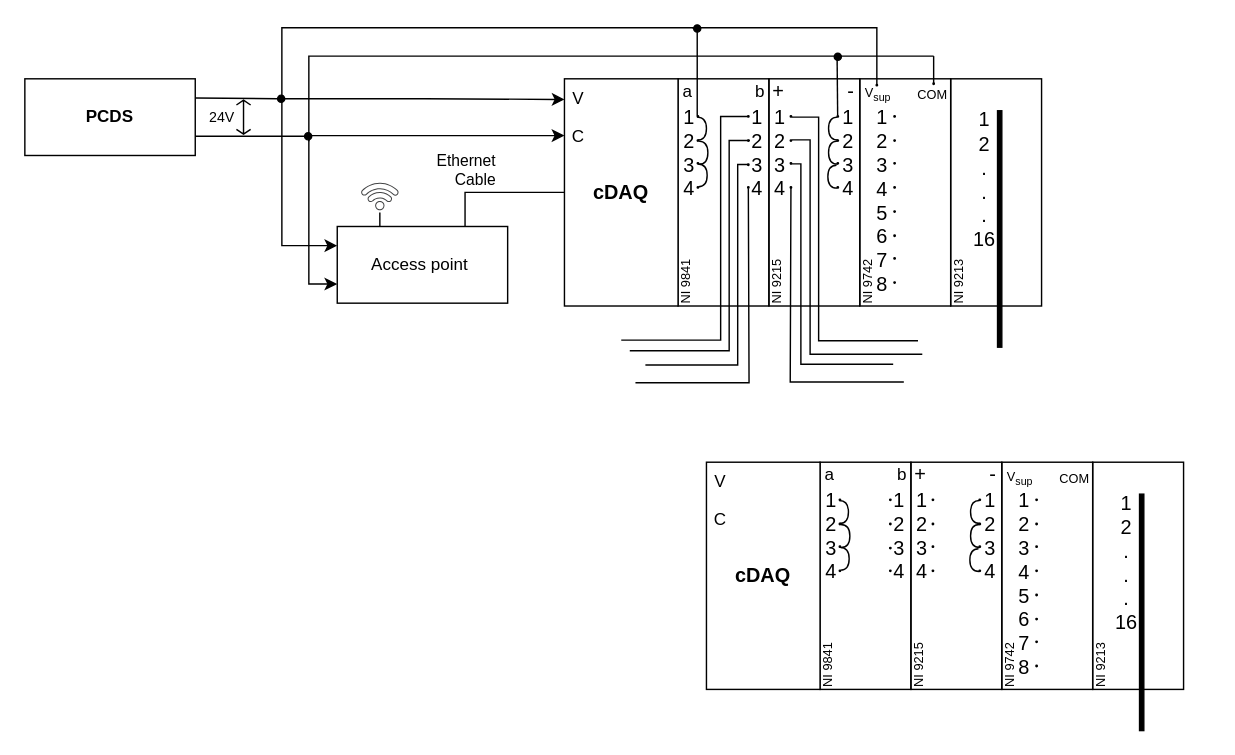
This is Ele_Layout.drawio from AnuragMTP/Figures-thesis, a draw.io file, before an edit. Source tidied: cells renumbered, new cells numbered last; positions are measured from the earlier drawing's top-left corner, leaving out a move shared by most shapes. Both pictures are drawn from the tidied source at 142%, with x=0, y=0 at pixel (24, 24).
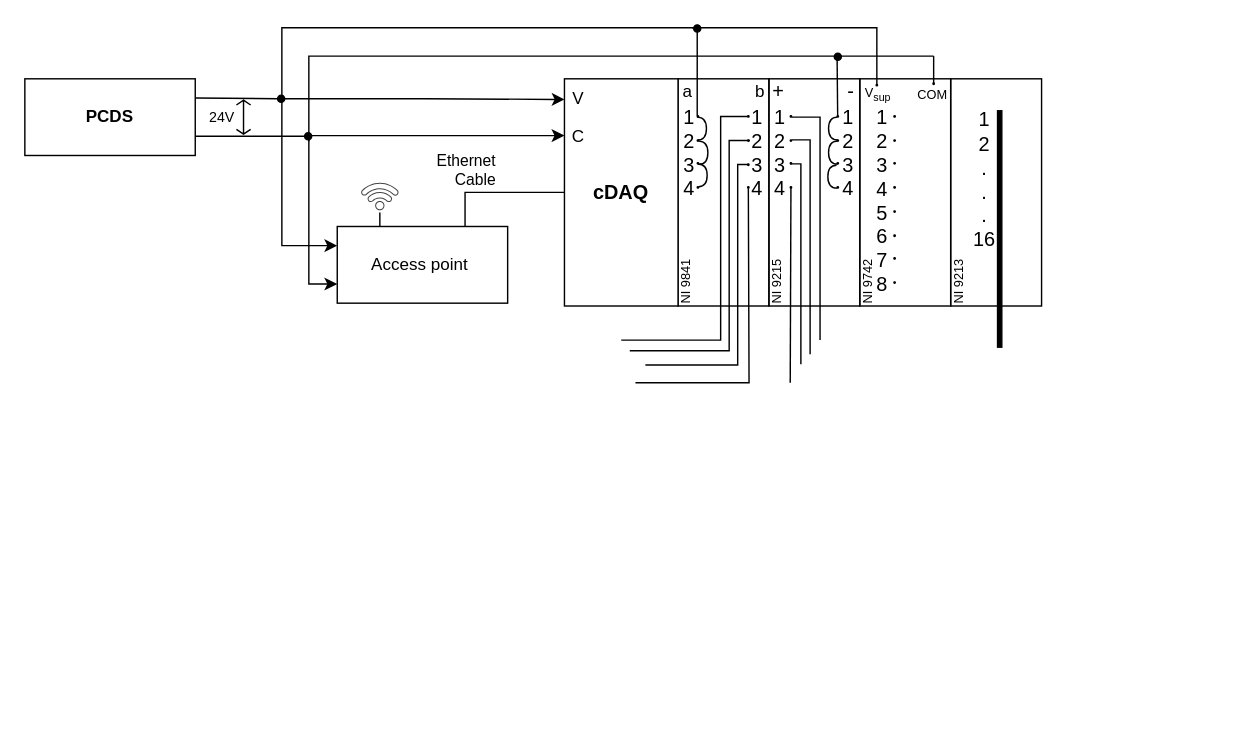
The same diagram, later.

The change refers to these unchanged cells:
```xml
<mxCell id="35" style="group;" parent="34" vertex="1">
  <mxGeometry y="5" width="99" height="180" as="geometry" />
</mxCell>
```

Change to the diagram source:
```diff
@@
-    <mxCell id="51" style="edgeStyle=elbowEdgeStyle;rounded=0;orthogonalLoop=1;jettySize=auto;html=1;fontSize=14;fontColor=none;endArrow=none;endFill=0;" parent="35" edge="1">
+    <mxCell id="51" style="edgeStyle=orthogonalEdgeStyle;rounded=0;orthogonalLoop=1;jettySize=auto;html=1;fontSize=14;fontColor=none;endArrow=none;endFill=0;" parent="35" edge="1">
       <mxGeometry relative="1" as="geometry">
         <mxPoint x="32" y="28" as="sourcePoint" />
-        <mxPoint x="121" y="185.5" as="targetPoint" />
+        <mxPoint x="52" y="185" as="targetPoint" />
         <Array as="points">
-          <mxPoint x="51" y="175.5" />
-          <mxPoint x="51" y="105.5" />
+          <mxPoint x="52" y="28" />
+          <mxPoint x="52" y="186" />
         </Array>
       </mxGeometry>
     </mxCell>
     <mxCell id="52" style="edgeStyle=elbowEdgeStyle;rounded=0;orthogonalLoop=1;jettySize=auto;html=1;fontSize=14;fontColor=none;endArrow=none;endFill=0;exitX=0.032;exitY=0.78;exitDx=0;exitDy=0;exitPerimeter=0;" parent="35" edge="1">
       <mxGeometry relative="1" as="geometry">
         <mxPoint x="31" y="60.9" as="sourcePoint" />
-        <mxPoint x="103.5" y="202" as="targetPoint" />
+        <mxPoint x="39" y="202" as="targetPoint" />
         <Array as="points">
           <mxPoint x="38.5" y="134.5" />
         </Array>
       </mxGeometry>
     </mxCell>
     <mxCell id="53" style="edgeStyle=elbowEdgeStyle;rounded=0;orthogonalLoop=1;jettySize=auto;html=1;fontSize=14;fontColor=none;endArrow=none;endFill=0;exitX=0.5;exitY=1;exitDx=0;exitDy=0;" parent="35" edge="1">
       <mxGeometry relative="1" as="geometry">
         <mxPoint x="31.5" y="77.5" as="sourcePoint" />
-        <mxPoint x="111" y="214.5" as="targetPoint" />
+        <mxPoint x="31" y="215" as="targetPoint" />
         <Array as="points">
           <mxPoint x="31" y="144.5" />
         </Array>
       </mxGeometry>
     </mxCell>
@@
-    <mxCell id="101" style="group;" parent="1" vertex="1">
-      <mxGeometry x="460" y="302" width="375" height="195" as="geometry" />
-    </mxCell>
-    <mxCell id="102" style="group;" parent="101" vertex="1">
-      <mxGeometry width="375" height="195" as="geometry" />
-    </mxCell>
-    <mxCell id="103" style="group;" parent="102" vertex="1">
-      <mxGeometry x="84" width="291" height="195" as="geometry" />
-    </mxCell>
-    <mxCell id="104" style="group;" parent="103" vertex="1">
-      <mxGeometry width="99" height="166" as="geometry" />
-    </mxCell>
-    <mxCell id="105" style="group;" parent="104" vertex="1">
-      <mxGeometry width="99" height="166" as="geometry" />
-    </mxCell>
-    <mxCell id="106" style="group;" parent="105" vertex="1">
-      <mxGeometry y="5" width="99" height="161" as="geometry" />
-    </mxCell>
-    <mxCell id="107" style="rounded=0;whiteSpace=wrap;html=1;labelPosition=center;verticalLabelPosition=middle;align=center;verticalAlign=middle;fillColor=none;" parent="106" vertex="1">
-      <mxGeometry x="16" y="1" width="64" height="160" as="geometry" />
-    </mxCell>
-    <mxCell id="108" style="group;" parent="106" vertex="1">
-      <mxGeometry x="-1" y="-5" width="98" height="75" as="geometry" />
-    </mxCell>
-    <mxCell id="109" value="&lt;font style=&quot;&quot;&gt;&lt;span style=&quot;font-size: 14px;&quot;&gt;1&lt;/span&gt;&lt;br&gt;&lt;span style=&quot;font-size: 14px;&quot;&gt;2&lt;/span&gt;&lt;br&gt;&lt;span style=&quot;font-size: 14px;&quot;&gt;3&lt;/span&gt;&lt;br&gt;&lt;div style=&quot;text-align: left;&quot;&gt;&lt;span style=&quot;font-size: 14px;&quot;&gt;4&lt;/span&gt;&lt;/div&gt;&lt;/font&gt;" style="text;html=1;strokeColor=none;fillColor=none;align=center;verticalAlign=middle;whiteSpace=wrap;rounded=0;" parent="108" vertex="1">
-      <mxGeometry x="1" y="43" width="48" height="30" as="geometry" />
-    </mxCell>
-    <mxCell id="110" value="a" style="text;html=1;strokeColor=none;fillColor=none;align=center;verticalAlign=middle;whiteSpace=wrap;rounded=0;" parent="108" vertex="1">
-      <mxGeometry width="48" height="30" as="geometry" />
-    </mxCell>
-    <mxCell id="111" value="&lt;font style=&quot;font-size: 14px;&quot;&gt;1&lt;br&gt;2&lt;br&gt;3&lt;br&gt;4&lt;/font&gt;" style="text;html=1;strokeColor=none;fillColor=none;align=center;verticalAlign=middle;whiteSpace=wrap;rounded=0;" parent="108" vertex="1">
-      <mxGeometry x="49" y="43" width="48" height="30" as="geometry" />
-    </mxCell>
-    <mxCell id="112" style="edgeStyle=elbowEdgeStyle;rounded=0;orthogonalLoop=1;jettySize=auto;html=1;exitX=0.75;exitY=0;exitDx=0;exitDy=0;fontSize=14;fontColor=none;endArrow=none;endFill=0;" parent="108" edge="1" source="109" target="109">
-      <mxGeometry relative="1" as="geometry" />
-    </mxCell>
-    <mxCell id="113" style="group;" parent="108" vertex="1">
-      <mxGeometry x="30.5" y="32" width="1" height="51" as="geometry" />
-    </mxCell>
-    <mxCell id="114" style="group;" parent="113" vertex="1">
-      <mxGeometry width="1" height="18" as="geometry" />
-    </mxCell>
-    <mxCell id="115" style="ellipse;whiteSpace=wrap;html=1;fillColor=#000000;" parent="114" vertex="1">
-      <mxGeometry width="1" height="1" as="geometry" />
-    </mxCell>
-    <mxCell id="116" style="ellipse;whiteSpace=wrap;html=1;fillColor=#000000;" parent="114" vertex="1">
-      <mxGeometry y="17" width="1" height="1" as="geometry" />
-    </mxCell>
-    <mxCell id="117" style="edgeStyle=orthogonalEdgeStyle;curved=1;rounded=0;jettySize=auto;html=1;exitX=1;exitY=0;exitDx=0;exitDy=0;entryX=0.5;entryY=1;entryDx=0;entryDy=0;fontSize=14;fontColor=none;endArrow=none;endFill=0;" parent="113" edge="1" source="118" target="119">
-      <mxGeometry relative="1" as="geometry">
-        <Array as="points">
-          <mxPoint x="7" y="50" />
-          <mxPoint x="7" y="34" />
-        </Array>
-      </mxGeometry>
-    </mxCell>
-    <mxCell id="118" style="ellipse;whiteSpace=wrap;html=1;fillColor=#000000;" parent="113" vertex="1">
-      <mxGeometry y="50" width="1" height="1" as="geometry" />
-    </mxCell>
-    <mxCell id="119" style="ellipse;whiteSpace=wrap;html=1;fillColor=#000000;" parent="113" vertex="1">
-      <mxGeometry y="33" width="1" height="1" as="geometry" />
-    </mxCell>
-    <mxCell id="120" style="edgeStyle=orthogonalEdgeStyle;curved=1;rounded=0;orthogonalLoop=1;jettySize=auto;html=1;exitX=1;exitY=0;exitDx=0;exitDy=0;entryX=0.5;entryY=1;entryDx=0;entryDy=0;fontSize=14;fontColor=none;endArrow=none;endFill=0;" parent="108" edge="1">
-      <mxGeometry relative="1" as="geometry">
-        <mxPoint x="31.9" y="66.1" as="sourcePoint" />
-        <mxPoint x="31.5" y="49.9" as="targetPoint" />
-        <Array as="points">
-          <mxPoint x="38" y="65.9" />
-          <mxPoint x="38" y="49.9" />
-        </Array>
-      </mxGeometry>
-    </mxCell>
-    <mxCell id="121" style="edgeStyle=orthogonalEdgeStyle;curved=1;rounded=0;orthogonalLoop=1;jettySize=auto;html=1;exitX=1;exitY=0;exitDx=0;exitDy=0;entryX=0.5;entryY=1;entryDx=0;entryDy=0;fontSize=14;fontColor=none;endArrow=none;endFill=0;" parent="108" edge="1">
-      <mxGeometry relative="1" as="geometry">
-        <mxPoint x="30.9" y="49.1" as="sourcePoint" />
-        <mxPoint x="30.5" y="33" as="targetPoint" />
-        <Array as="points">
-          <mxPoint x="37" y="49" />
-          <mxPoint x="37" y="33" />
-        </Array>
-      </mxGeometry>
-    </mxCell>
-    <mxCell id="122" value="&lt;font style=&quot;font-size: 9px;&quot;&gt;NI 9841&lt;/font&gt;" style="text;html=1;strokeColor=none;fillColor=none;align=center;verticalAlign=top;whiteSpace=wrap;rounded=0;fontSize=12;fontColor=none;rotation=270;flipV=1;flipH=1;direction=west;horizontal=1;textDirection=ltr;" parent="106" vertex="1">
-      <mxGeometry x="-8" y="129" width="60" height="30" as="geometry" />
-    </mxCell>
-    <mxCell id="123" style="group;" parent="106" vertex="1">
-      <mxGeometry x="65" y="27" width="1" height="51" as="geometry" />
-    </mxCell>
-    <mxCell id="124" style="group;" parent="123" vertex="1">
-      <mxGeometry width="1" height="18" as="geometry" />
-    </mxCell>
-    <mxCell id="125" style="ellipse;whiteSpace=wrap;html=1;fillColor=#000000;" parent="124" vertex="1">
-      <mxGeometry width="1" height="1" as="geometry" />
-    </mxCell>
-    <mxCell id="126" style="ellipse;whiteSpace=wrap;html=1;fillColor=#000000;" parent="124" vertex="1">
-      <mxGeometry y="17" width="1" height="1" as="geometry" />
-    </mxCell>
-    <mxCell id="127" style="ellipse;whiteSpace=wrap;html=1;fillColor=#000000;" parent="123" vertex="1">
-      <mxGeometry y="50" width="1" height="1" as="geometry" />
-    </mxCell>
-    <mxCell id="128" style="ellipse;whiteSpace=wrap;html=1;fillColor=#000000;" parent="123" vertex="1">
-      <mxGeometry y="34" width="1" height="1" as="geometry" />
-    </mxCell>
-    <mxCell id="129" value="b" style="text;html=1;strokeColor=none;fillColor=none;align=center;verticalAlign=middle;whiteSpace=wrap;rounded=0;" parent="105" vertex="1">
-      <mxGeometry x="50" width="48" height="30" as="geometry" />
-    </mxCell>
-    <mxCell id="130" style="group;" parent="103" vertex="1">
-      <mxGeometry x="64" width="99" height="185" as="geometry" />
-    </mxCell>
-    <mxCell id="131" style="group;" parent="130" vertex="1">
-      <mxGeometry width="99" height="185" as="geometry" />
-    </mxCell>
-    <mxCell id="132" style="group;" parent="131" vertex="1">
-      <mxGeometry y="5" width="99" height="180" as="geometry" />
-    </mxCell>
-    <mxCell id="133" style="rounded=0;whiteSpace=wrap;html=1;labelPosition=center;verticalLabelPosition=middle;align=center;verticalAlign=middle;fillColor=none;" parent="132" vertex="1">
-      <mxGeometry x="16" y="1" width="64" height="160" as="geometry" />
-    </mxCell>
-    <mxCell id="134" style="group;" parent="132" vertex="1">
-      <mxGeometry x="-1" y="-5" width="98" height="75" as="geometry" />
-    </mxCell>
-    <mxCell id="135" value="&lt;font style=&quot;&quot;&gt;&lt;span style=&quot;font-size: 14px;&quot;&gt;1&lt;/span&gt;&lt;br&gt;&lt;span style=&quot;font-size: 14px;&quot;&gt;2&lt;/span&gt;&lt;br&gt;&lt;span style=&quot;font-size: 14px;&quot;&gt;3&lt;/span&gt;&lt;br&gt;&lt;div style=&quot;text-align: left;&quot;&gt;&lt;span style=&quot;font-size: 14px;&quot;&gt;4&lt;/span&gt;&lt;/div&gt;&lt;/font&gt;" style="text;html=1;strokeColor=none;fillColor=none;align=center;verticalAlign=middle;whiteSpace=wrap;rounded=0;" parent="134" vertex="1">
-      <mxGeometry x="1" y="43" width="48" height="30" as="geometry" />
-    </mxCell>
-    <mxCell id="136" value="&lt;font style=&quot;font-size: 14px;&quot;&gt;+&lt;/font&gt;" style="text;html=1;strokeColor=none;fillColor=none;align=center;verticalAlign=middle;whiteSpace=wrap;rounded=0;" parent="134" vertex="1">
-      <mxGeometry width="48" height="30" as="geometry" />
-    </mxCell>
-    <mxCell id="137" value="&lt;font style=&quot;font-size: 14px;&quot;&gt;1&lt;br&gt;2&lt;br&gt;3&lt;br&gt;4&lt;/font&gt;" style="text;html=1;strokeColor=none;fillColor=none;align=center;verticalAlign=middle;whiteSpace=wrap;rounded=0;" parent="134" vertex="1">
-      <mxGeometry x="49" y="43" width="48" height="30" as="geometry" />
-    </mxCell>
-    <mxCell id="138" style="edgeStyle=elbowEdgeStyle;rounded=0;orthogonalLoop=1;jettySize=auto;html=1;exitX=0.75;exitY=0;exitDx=0;exitDy=0;fontSize=14;fontColor=none;endArrow=none;endFill=0;" parent="134" edge="1" source="135" target="135">
-      <mxGeometry relative="1" as="geometry" />
-    </mxCell>
-    <mxCell id="139" style="edgeStyle=orthogonalEdgeStyle;curved=1;rounded=0;orthogonalLoop=1;jettySize=auto;html=1;exitX=1;exitY=0;exitDx=0;exitDy=0;entryX=0.5;entryY=1;entryDx=0;entryDy=0;fontSize=14;fontColor=none;endArrow=none;endFill=0;" parent="134" edge="1">
-      <mxGeometry relative="1" as="geometry">
-        <mxPoint x="65.1" y="49.9" as="sourcePoint" />
-        <mxPoint x="65.5" y="66.1" as="targetPoint" />
-        <Array as="points">
-          <mxPoint x="59" y="50.1" />
-          <mxPoint x="59" y="66.1" />
-        </Array>
-      </mxGeometry>
-    </mxCell>
-    <mxCell id="140" value="&lt;font style=&quot;font-size: 9px;&quot;&gt;NI 9215&lt;/font&gt;" style="text;html=1;strokeColor=none;fillColor=none;align=center;verticalAlign=top;whiteSpace=wrap;rounded=0;fontSize=12;fontColor=none;rotation=270;flipV=1;flipH=1;direction=west;horizontal=1;textDirection=ltr;" parent="132" vertex="1">
-      <mxGeometry x="-8" y="129" width="60" height="30" as="geometry" />
-    </mxCell>
-    <mxCell id="141" style="group;" parent="132" vertex="1">
-      <mxGeometry x="31" y="27" width="1" height="51" as="geometry" />
-    </mxCell>
-    <mxCell id="142" style="group;" parent="141" vertex="1">
-      <mxGeometry width="1" height="18" as="geometry" />
-    </mxCell>
-    <mxCell id="143" style="ellipse;whiteSpace=wrap;html=1;fillColor=#000000;" parent="142" vertex="1">
-      <mxGeometry width="1" height="1" as="geometry" />
-    </mxCell>
-    <mxCell id="144" style="ellipse;whiteSpace=wrap;html=1;fillColor=#000000;" parent="142" vertex="1">
-      <mxGeometry y="17" width="1" height="1" as="geometry" />
-    </mxCell>
-    <mxCell id="145" style="ellipse;whiteSpace=wrap;html=1;fillColor=#000000;" parent="141" vertex="1">
-      <mxGeometry y="50" width="1" height="1" as="geometry" />
-    </mxCell>
-    <mxCell id="146" style="ellipse;whiteSpace=wrap;html=1;fillColor=#000000;" parent="141" vertex="1">
-      <mxGeometry y="33" width="1" height="1" as="geometry" />
-    </mxCell>
-    <mxCell id="147" style="edgeStyle=orthogonalEdgeStyle;curved=1;rounded=0;orthogonalLoop=1;jettySize=auto;html=1;exitX=1;exitY=0;exitDx=0;exitDy=0;entryX=0.5;entryY=1;entryDx=0;entryDy=0;fontSize=14;fontColor=none;endArrow=none;endFill=0;" parent="132" edge="1">
-      <mxGeometry relative="1" as="geometry">
-        <mxPoint x="64.1" y="28" as="sourcePoint" />
-        <mxPoint x="64.5" y="44.1" as="targetPoint" />
-        <Array as="points">
-          <mxPoint x="58" y="28.1" />
-          <mxPoint x="58" y="44.1" />
-        </Array>
-      </mxGeometry>
-    </mxCell>
-    <mxCell id="148" value="&lt;font style=&quot;font-size: 14px;&quot;&gt;-&lt;/font&gt;" style="text;html=1;strokeColor=none;fillColor=none;align=center;verticalAlign=middle;whiteSpace=wrap;rounded=0;" parent="131" vertex="1">
-      <mxGeometry x="50" width="48" height="30" as="geometry" />
-    </mxCell>
-    <mxCell id="149" style="group;" parent="103" vertex="1">
-      <mxGeometry x="192" width="99" height="195" as="geometry" />
-    </mxCell>
-    <mxCell id="150" style="group;" parent="149" vertex="1">
-      <mxGeometry width="99" height="195" as="geometry" />
-    </mxCell>
-    <mxCell id="151" style="group;" parent="150" vertex="1">
-      <mxGeometry y="5" width="99" height="190" as="geometry" />
-    </mxCell>
-    <mxCell id="152" value="&lt;font style=&quot;font-size: 9px;&quot;&gt;NI 9213&lt;/font&gt;" style="text;html=1;strokeColor=none;fillColor=none;align=center;verticalAlign=top;whiteSpace=wrap;rounded=0;fontSize=12;fontColor=none;rotation=270;flipV=1;flipH=1;direction=west;horizontal=1;textDirection=ltr;" parent="151" vertex="1">
-      <mxGeometry x="-8" y="129" width="60" height="30" as="geometry" />
-    </mxCell>
-    <mxCell id="153" value="&lt;font style=&quot;font-size: 14px;&quot;&gt;1&lt;br&gt;2&lt;br&gt;.&lt;br&gt;.&lt;br&gt;.&lt;br&gt;16&lt;br&gt;&lt;/font&gt;" style="text;html=1;strokeColor=none;fillColor=none;align=center;verticalAlign=middle;whiteSpace=wrap;rounded=0;" parent="151" vertex="1">
-      <mxGeometry x="16" y="56.5" width="48" height="30" as="geometry" />
-    </mxCell>
-    <mxCell id="154" style="group;" parent="151" vertex="1">
-      <mxGeometry x="16" y="1" width="64" height="189" as="geometry" />
-    </mxCell>
-    <mxCell id="155" style="rounded=0;whiteSpace=wrap;html=1;labelPosition=center;verticalLabelPosition=middle;align=center;verticalAlign=middle;fillColor=none;" parent="154" vertex="1">
-      <mxGeometry width="64" height="160" as="geometry" />
-    </mxCell>
-    <mxCell id="156" style="rounded=0;whiteSpace=wrap;html=1;fontSize=14;fontColor=none;fillColor=#000000;gradientColor=none;" parent="154" vertex="1">
-      <mxGeometry x="33" y="22.5" width="3" height="166.5" as="geometry" />
-    </mxCell>
-    <mxCell id="157" style="group;" parent="103" vertex="1">
-      <mxGeometry x="128" y="2" width="103" height="164" as="geometry" />
-    </mxCell>
-    <mxCell id="158" style="group;" parent="157" vertex="1">
-      <mxGeometry y="3" width="80" height="161" as="geometry" />
-    </mxCell>
-    <mxCell id="159" style="rounded=0;whiteSpace=wrap;html=1;labelPosition=center;verticalLabelPosition=middle;align=center;verticalAlign=middle;fillColor=none;" parent="158" vertex="1">
-      <mxGeometry x="16" y="1" width="64" height="160" as="geometry" />
-    </mxCell>
-    <mxCell id="160" value="&lt;div style=&quot;text-align: center; font-size: 9px;&quot;&gt;&lt;span style=&quot;background-color: initial;&quot;&gt;V&lt;/span&gt;&lt;sub style=&quot;background-color: initial;&quot;&gt;sup&lt;/sub&gt;&lt;/div&gt;" style="text;html=1;strokeColor=none;fillColor=none;align=left;verticalAlign=middle;whiteSpace=wrap;rounded=0;" parent="158" vertex="1">
-      <mxGeometry x="18" y="-2" width="48" height="30" as="geometry" />
-    </mxCell>
-    <mxCell id="161" value="&lt;font style=&quot;font-size: 14px;&quot;&gt;1&lt;br&gt;2&lt;br&gt;3&lt;br&gt;4&lt;br&gt;5&lt;br&gt;6&lt;br&gt;7&lt;br&gt;8&lt;br&gt;&lt;/font&gt;" style="text;html=1;strokeColor=none;fillColor=none;align=center;verticalAlign=middle;whiteSpace=wrap;rounded=0;" parent="158" vertex="1">
-      <mxGeometry x="8" y="72" width="48" height="30" as="geometry" />
-    </mxCell>
-    <mxCell id="162" style="edgeStyle=elbowEdgeStyle;rounded=0;orthogonalLoop=1;jettySize=auto;html=1;exitX=0.75;exitY=0;exitDx=0;exitDy=0;fontSize=14;fontColor=none;endArrow=none;endFill=0;" parent="158" edge="1" source="161" target="161">
-      <mxGeometry relative="1" as="geometry" />
-    </mxCell>
-    <mxCell id="163" value="&lt;font style=&quot;font-size: 9px;&quot;&gt;NI 9742&lt;/font&gt;" style="text;html=1;strokeColor=none;fillColor=none;align=center;verticalAlign=top;whiteSpace=wrap;rounded=0;fontSize=12;fontColor=none;rotation=270;flipV=1;flipH=1;direction=west;horizontal=1;textDirection=ltr;" parent="158" vertex="1">
-      <mxGeometry x="-8" y="129" width="60" height="30" as="geometry" />
-    </mxCell>
-    <mxCell id="164" style="group;" parent="158" vertex="1">
-      <mxGeometry y="27" width="1" height="51" as="geometry" />
-    </mxCell>
-    <mxCell id="165" style="group;" parent="164" vertex="1">
-      <mxGeometry width="1" height="18" as="geometry" />
-    </mxCell>
-    <mxCell id="166" style="ellipse;whiteSpace=wrap;html=1;fillColor=#000000;" parent="165" vertex="1">
-      <mxGeometry width="1" height="1" as="geometry" />
-    </mxCell>
-    <mxCell id="167" style="ellipse;whiteSpace=wrap;html=1;fillColor=#000000;" parent="165" vertex="1">
-      <mxGeometry y="17" width="1" height="1" as="geometry" />
-    </mxCell>
-    <mxCell id="168" style="ellipse;whiteSpace=wrap;html=1;fillColor=#000000;" parent="164" vertex="1">
-      <mxGeometry y="50" width="1" height="1" as="geometry" />
-    </mxCell>
-    <mxCell id="169" style="ellipse;whiteSpace=wrap;html=1;fillColor=#000000;" parent="164" vertex="1">
-      <mxGeometry y="33" width="1" height="1" as="geometry" />
-    </mxCell>
-    <mxCell id="170" style="edgeStyle=orthogonalEdgeStyle;curved=1;rounded=0;orthogonalLoop=1;jettySize=auto;html=1;exitX=1;exitY=0;exitDx=0;exitDy=0;entryX=0.5;entryY=1;entryDx=0;entryDy=0;fontSize=14;fontColor=none;endArrow=none;endFill=0;" parent="164" edge="1">
-      <mxGeometry relative="1" as="geometry">
-        <mxPoint x="-0.4" y="34.9" as="sourcePoint" />
-        <mxPoint y="51" as="targetPoint" />
-        <Array as="points">
-          <mxPoint x="-6.5" y="34.9" />
-          <mxPoint x="-6.5" y="50.9" />
-        </Array>
-      </mxGeometry>
-    </mxCell>
-    <mxCell id="171" value="&lt;div style=&quot;text-align: center;&quot;&gt;&lt;font style=&quot;font-size: 9px;&quot;&gt;COM&lt;/font&gt;&lt;/div&gt;" style="text;html=1;strokeColor=none;fillColor=none;align=left;verticalAlign=middle;whiteSpace=wrap;rounded=0;" parent="157" vertex="1">
-      <mxGeometry x="55" width="48" height="30" as="geometry" />
-    </mxCell>
-    <mxCell id="172" style="group;" parent="102" vertex="1">
-      <mxGeometry y="5" width="100" height="161" as="geometry" />
-    </mxCell>
-    <mxCell id="173" value="&lt;span style=&quot;font-size: 14px;&quot;&gt;&lt;b&gt;cDAQ&lt;/b&gt;&lt;/span&gt;" style="rounded=0;whiteSpace=wrap;html=1;labelPosition=center;verticalLabelPosition=middle;align=center;verticalAlign=middle;" parent="172" vertex="1">
-      <mxGeometry x="20" y="1" width="80" height="160" as="geometry" />
-    </mxCell>
-    <mxCell id="174" value="V" style="text;html=1;strokeColor=none;fillColor=none;align=center;verticalAlign=middle;whiteSpace=wrap;rounded=0;" parent="172" vertex="1">
-      <mxGeometry width="60" height="30" as="geometry" />
-    </mxCell>
-    <mxCell id="175" value="C" style="text;html=1;strokeColor=none;fillColor=none;align=center;verticalAlign=middle;whiteSpace=wrap;rounded=0;" parent="172" vertex="1">
-      <mxGeometry y="27" width="60" height="30" as="geometry" />
-    </mxCell>
-    <mxCell id="176" style="group;" parent="101" vertex="1">
-      <mxGeometry x="252" y="32" height="117" as="geometry" />
-    </mxCell>
-    <mxCell id="177" style="group;" parent="176" vertex="1">
-      <mxGeometry height="50" as="geometry" />
-    </mxCell>
-    <mxCell id="178" style="group;" parent="177" vertex="1">
-      <mxGeometry width="1" height="18" as="geometry" />
-    </mxCell>
-    <mxCell id="179" style="ellipse;whiteSpace=wrap;html=1;fillColor=#000000;" parent="178" vertex="1">
-      <mxGeometry width="1" height="1" as="geometry" />
-    </mxCell>
-    <mxCell id="180" style="ellipse;whiteSpace=wrap;html=1;fillColor=#000000;" parent="178" vertex="1">
-      <mxGeometry y="17" width="1" height="1" as="geometry" />
-    </mxCell>
-    <mxCell id="181" style="ellipse;whiteSpace=wrap;html=1;fillColor=#000000;" parent="177" vertex="1">
-      <mxGeometry y="50" width="1" height="1" as="geometry" />
-    </mxCell>
-    <mxCell id="182" style="ellipse;whiteSpace=wrap;html=1;fillColor=#000000;" parent="177" vertex="1">
-      <mxGeometry y="33" width="1" height="1" as="geometry" />
-    </mxCell>
-    <mxCell id="183" style="group;" parent="176" vertex="1">
-      <mxGeometry y="67" height="50" as="geometry" />
-    </mxCell>
-    <mxCell id="184" style="group;" parent="183" vertex="1">
-      <mxGeometry width="1" height="18" as="geometry" />
-    </mxCell>
-    <mxCell id="185" style="ellipse;whiteSpace=wrap;html=1;fillColor=#000000;" parent="184" vertex="1">
-      <mxGeometry width="1" height="1" as="geometry" />
-    </mxCell>
-    <mxCell id="186" style="ellipse;whiteSpace=wrap;html=1;fillColor=#000000;" parent="184" vertex="1">
-      <mxGeometry y="17" width="1" height="1" as="geometry" />
-    </mxCell>
-    <mxCell id="187" style="ellipse;whiteSpace=wrap;html=1;fillColor=#000000;" parent="183" vertex="1">
-      <mxGeometry y="50" width="1" height="1" as="geometry" />
-    </mxCell>
-    <mxCell id="188" style="ellipse;whiteSpace=wrap;html=1;fillColor=#000000;" parent="183" vertex="1">
-      <mxGeometry y="33" width="1" height="1" as="geometry" />
-    </mxCell>
@@
     <mxCell id="211" style="edgeStyle=elbowEdgeStyle;rounded=0;orthogonalLoop=1;jettySize=auto;html=1;fontSize=14;fontColor=none;endArrow=none;endFill=0;" parent="1" edge="1">
       <mxGeometry relative="1" as="geometry">
         <mxPoint x="540" y="81" as="sourcePoint" />
-        <mxPoint x="632" y="232" as="targetPoint" />
+        <mxPoint x="553" y="232" as="targetPoint" />
         <Array as="points">
           <mxPoint x="553" y="162" />
         </Array>
       </mxGeometry>
     </mxCell>
```
